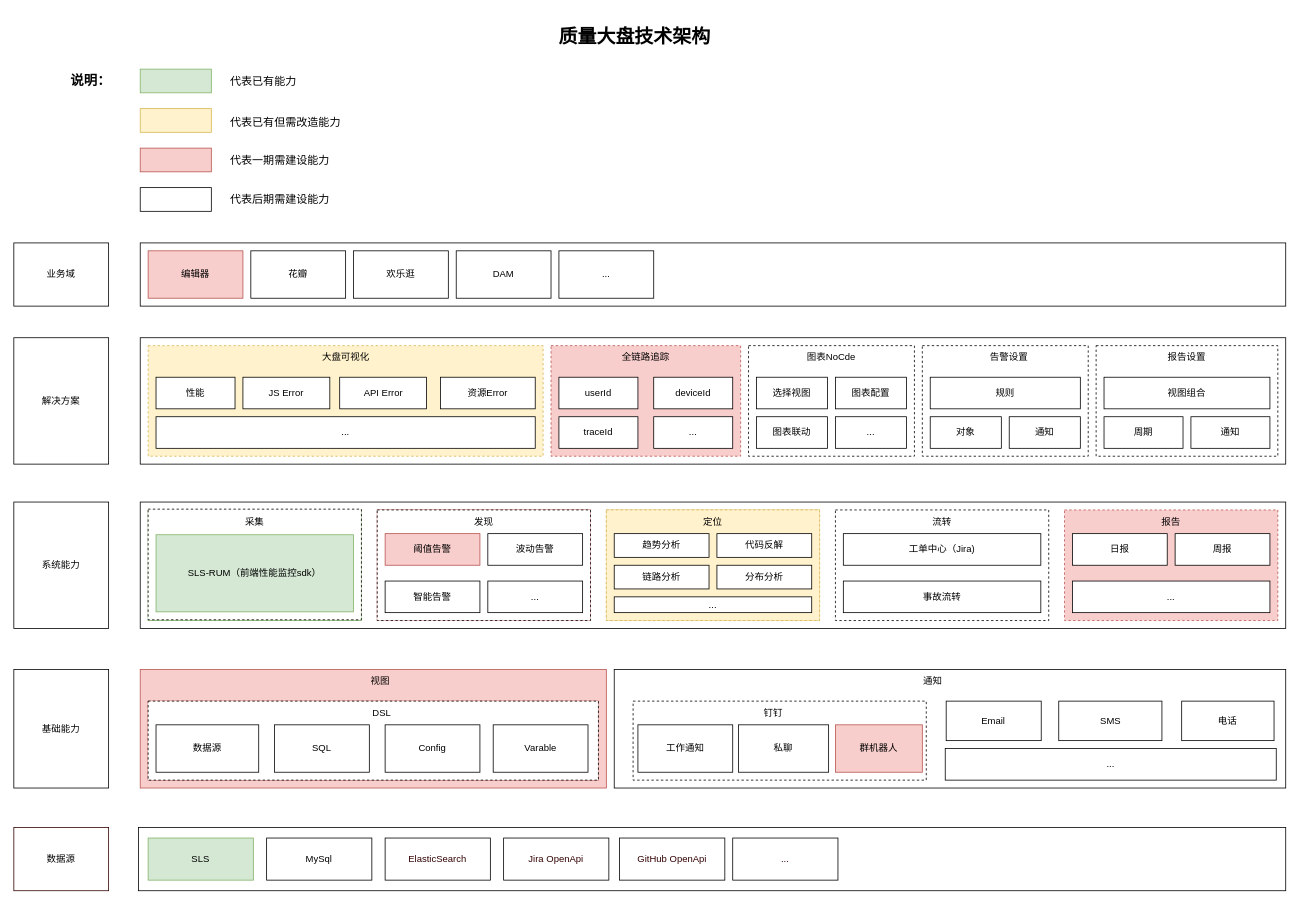
TNT-Likely/diagrams keeps this draw.io diagram as worker/质量大盘.drawio. Above is the earlier version. Source tidied: cells renumbered, new cells numbered last; positions are measured from the earlier drawing's top-left corner, leaving out a move shared by most shapes. Both pictures are drawn from the tidied source at 79%, with x=0, y=0 at pixel (13, 21).
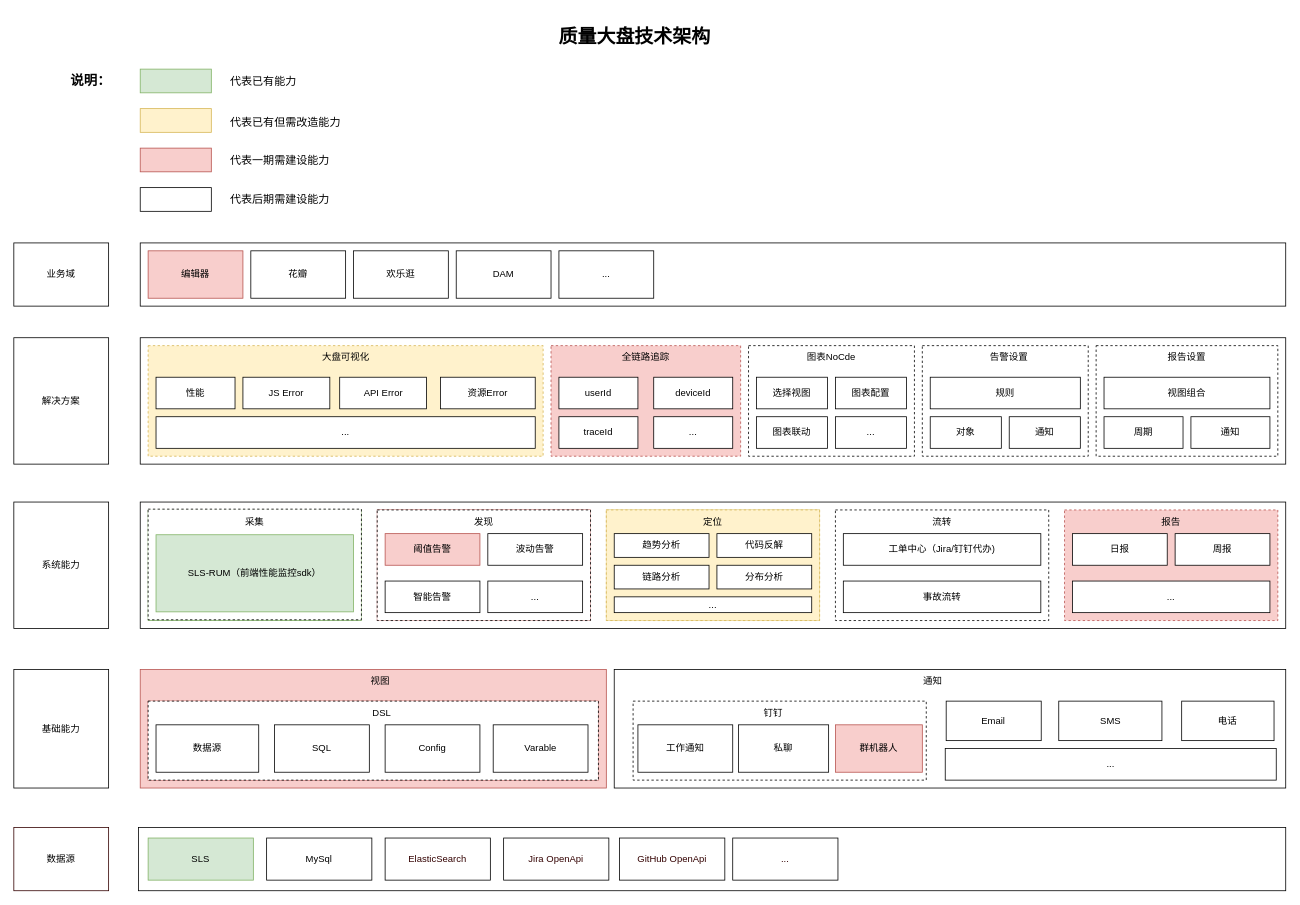
After the change.

Commit message:
更新质量大盘.drawio

The change refers to these unchanged cells:
```xml
<mxCell id="34" style="group;" parent="1" vertex="1">
  <mxGeometry x="1040" y="618" width="270" height="140" as="geometry" />
</mxCell>
```

The edit, as a diff of the source:
```diff
@@
-    <mxCell id="37" value="工单中心（Jira)" style="rounded=0;whiteSpace=wrap;html=1;" parent="34" vertex="1">
+    <mxCell id="37" value="工单中心（Jira/钉钉代办)" style="rounded=0;whiteSpace=wrap;html=1;" parent="34" vertex="1">
       <mxGeometry x="10" y="30" width="250" height="40" as="geometry" />
     </mxCell>
```
